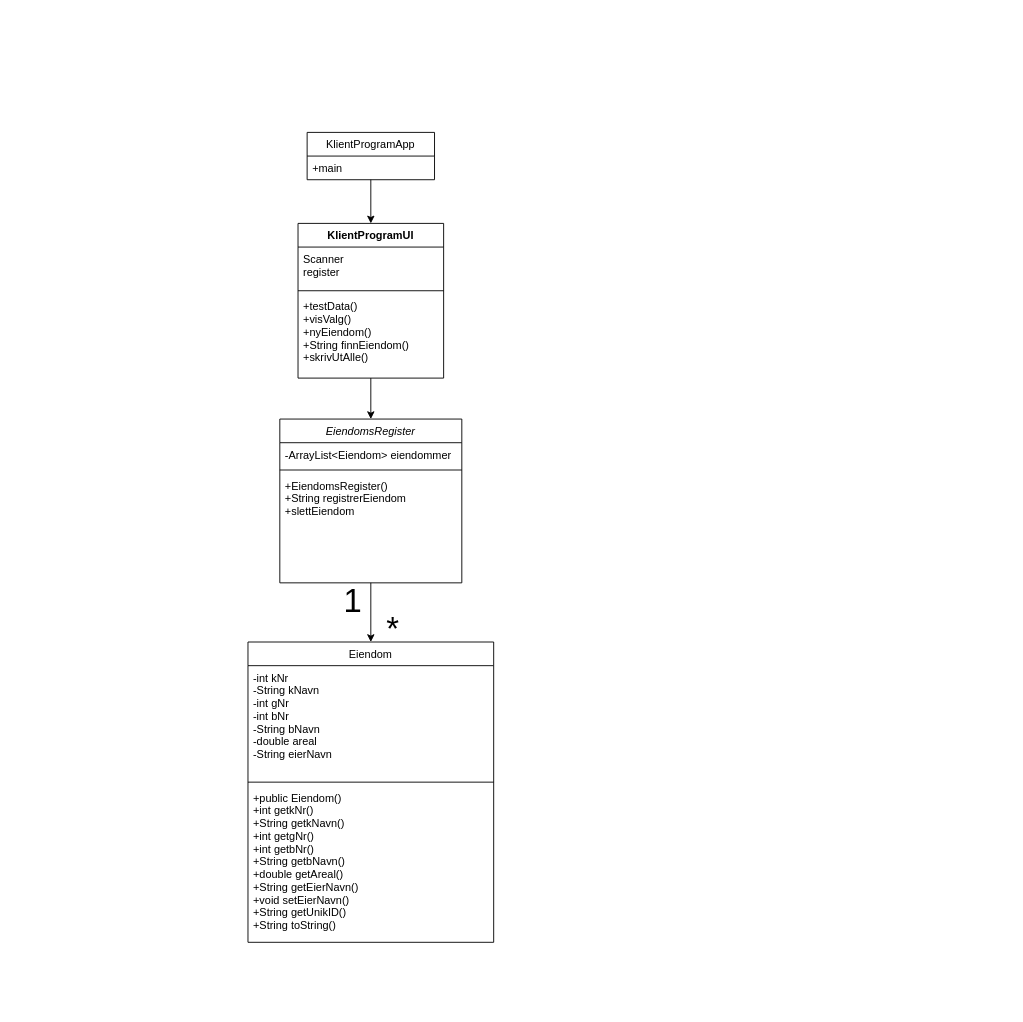
The draw.io diagram Klassediagram Øving11.drawio in eltalstad/Programmering-1, before the edit. Source tidied: cells renumbered, new cells numbered last; positions are measured from the earlier drawing's top-left corner, leaving out a move shared by most shapes. Both pictures are drawn from the tidied source at 91%, with x=0, y=0 at pixel (248, 132).
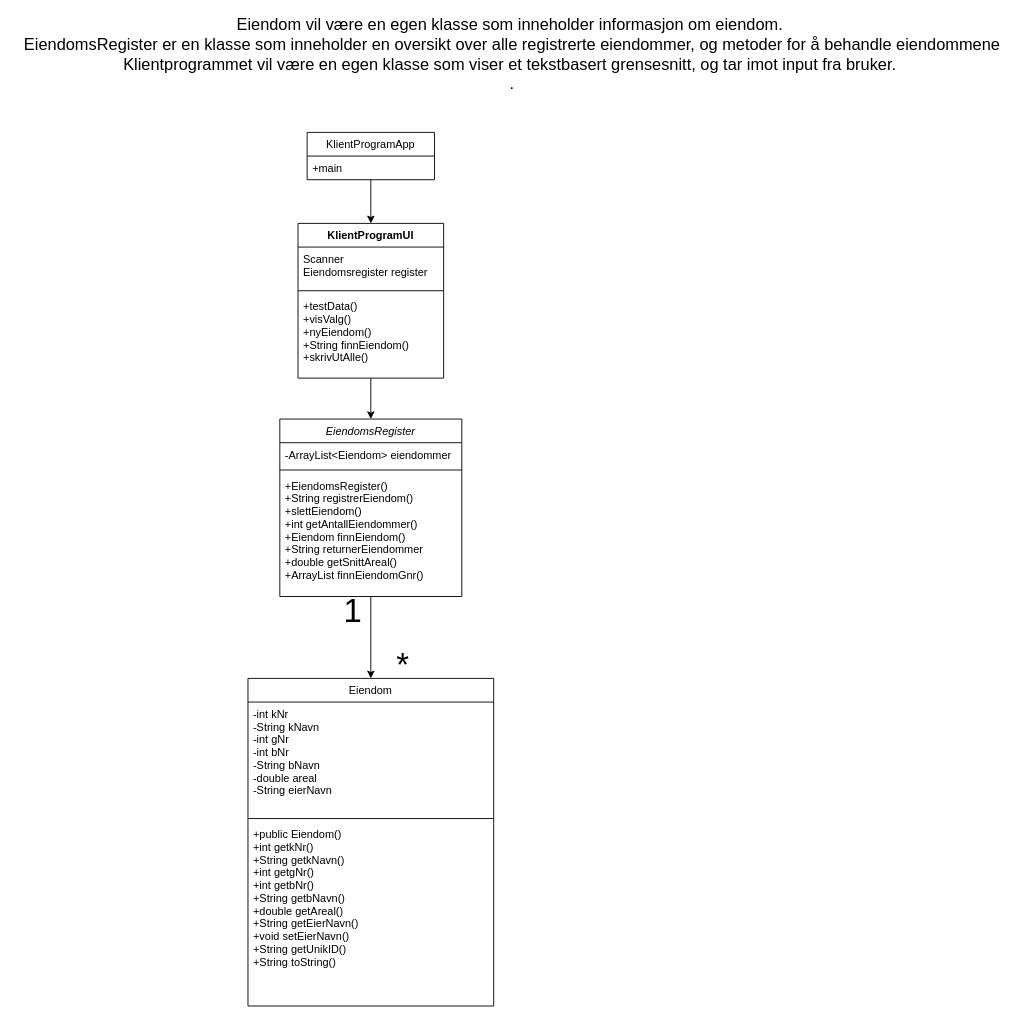
The same diagram, later.

The change refers to these unchanged cells:
```xml
<mxCell id="12" value="KlientProgramUI" style="swimlane;fontStyle=1;align=center;verticalAlign=top;horizontal=1;startSize=26;rounded=0;shadow=0;strokeWidth=1;" parent="1" vertex="1">
  <mxGeometry x="55" y="100" width="160" height="170" as="geometry" />
</mxCell>
```

What changed in the source:
```diff
@@
     <mxCell id="3" value="EiendomsRegister" style="swimlane;fontStyle=2;align=center;verticalAlign=top;horizontal=1;startSize=26;rounded=0;shadow=0;strokeWidth=1;" parent="1" vertex="1">
-      <mxGeometry x="35" y="315" width="200" height="180" as="geometry" />
+      <mxGeometry x="35" y="315" width="200" height="195" as="geometry" />
     </mxCell>
@@
-    <mxCell id="6" value="+EiendomsRegister()&#10;+String registrerEiendom&#10;+slettEiendom" style="text;align=left;verticalAlign=top;spacingLeft=4;spacingRight=4;overflow=hidden;" parent="3" vertex="1">
+    <mxCell id="6" value="+EiendomsRegister()&#10;+String registrerEiendom()&#10;+slettEiendom()&#10;+int getAntallEiendommer()&#10;+Eiendom finnEiendom()&#10;+String returnerEiendommer&#10;+double getSnittAreal()&#10;+ArrayList finnEiendomGnr()" style="text;align=left;verticalAlign=top;spacingLeft=4;spacingRight=4;overflow=hidden;" parent="3" vertex="1">
       <mxGeometry y="60" width="200" height="120" as="geometry" />
     </mxCell>
     <mxCell id="7" value="Eiendom" style="swimlane;fontStyle=0;align=center;verticalAlign=top;horizontal=1;startSize=26;rounded=0;shadow=0;strokeWidth=1;" parent="1" vertex="1">
-      <mxGeometry y="560" width="270" height="330" as="geometry" />
+      <mxGeometry y="600" width="270" height="360" as="geometry" />
     </mxCell>
@@
-    <mxCell id="13" value="Scanner&#10;register&#10;" style="text;strokeColor=none;fillColor=none;align=left;verticalAlign=top;spacingLeft=4;spacingRight=4;overflow=hidden;rounded=0;shadow=0;startSize=26;" parent="12" vertex="1">
+    <mxCell id="13" value="Scanner&#10;Eiendomsregister register&#10;" style="text;strokeColor=none;fillColor=none;align=left;verticalAlign=top;spacingLeft=4;spacingRight=4;overflow=hidden;rounded=0;shadow=0;startSize=26;" parent="12" vertex="1">
       <mxGeometry y="26" width="160" height="44" as="geometry" />
     </mxCell>
@@
+    <mxCell id="20" value="1" style="text;html=1;align=center;verticalAlign=middle;strokeColor=none;fillColor=none;fontSize=36;" parent="1" vertex="1">
+      <mxGeometry x="95" y="500" width="40" height="50" as="geometry" />
+    </mxCell>
     <mxCell id="19" value="&lt;font style=&quot;font-size: 36px&quot;&gt;*&lt;/font&gt;" style="text;html=1;align=center;verticalAlign=middle;strokeColor=none;fillColor=none;rotation=0;" parent="1" vertex="1">
-      <mxGeometry x="144" y="530" width="30" height="30" as="geometry" />
+      <mxGeometry x="35" y="570" width="270" height="30" as="geometry" />
     </mxCell>
-    <mxCell id="20" value="1" style="text;html=1;align=center;verticalAlign=middle;strokeColor=none;fillColor=none;fontSize=36;" parent="1" vertex="1">
-      <mxGeometry x="95" y="490" width="40" height="50" as="geometry" />
-    </mxCell>
+    <mxCell id="21" value="&lt;font style=&quot;font-size: 18px&quot;&gt;Eiendom vil være en egen klasse som inneholder informasjon om eiendom.&amp;nbsp; &lt;br&gt;EiendomsRegister er en klasse som inneholder en oversikt over alle registrerte eiendommer, og metoder for å behandle eiendommene&lt;br&gt;Klientprogrammet vil være en egen klasse som viser et tekstbasert grensesnitt, og tar imot input fra bruker.&amp;nbsp;&lt;br&gt;.&lt;/font&gt;" style="text;html=1;align=center;verticalAlign=middle;strokeColor=none;fillColor=none;" parent="1" vertex="1">
+      <mxGeometry x="-255" y="-120" width="1090" height="70" as="geometry" />
+    </mxCell>
```
